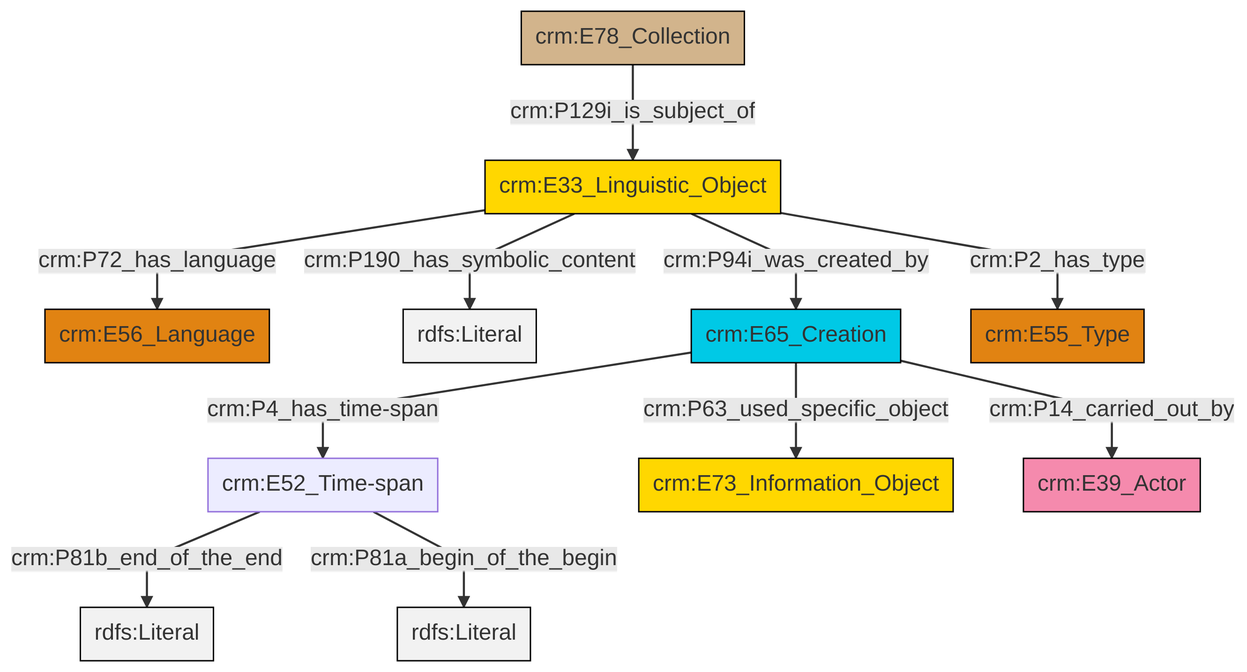
Earlier version of the Mermaid export et/archivalCSV/ttl/mmd/png/archival_desc.png (swiss-art-research-net/docs.swissartresearch). Its source is kept beside it as et/archivalCSV/ttl/mmd/archival_desc.ttl.mmd. Its diagram source:
```mermaid
graph TD
classDef Literal fill:#f2f2f2,stroke:#000000;
classDef CRM_Entity fill:#FFFFFF,stroke:#000000;
classDef Temporal_Entity fill:#00C9E6, stroke:#000000;
classDef Type fill:#E18312, stroke:#000000;
classDef Time-Span fill:#2C9C91, stroke:#000000;
classDef Appellation fill:#FFEB7F, stroke:#000000;
classDef Place fill:#008836, stroke:#000000;
classDef Persistent_Item fill:#B266B2, stroke:#000000;
classDef Conceptual_Object fill:#FFD700, stroke:#000000;
classDef Physical_Thing fill:#D2B48C, stroke:#000000;
classDef Actor fill:#f58aad, stroke:#000000;
classDef PC_Classes fill:#4ce600, stroke:#000000;
classDef Multi fill:#cccccc,stroke:#000000;

0["crm:E33_Linguistic_Object"]:::Conceptual_Object -->|crm:P72_has_language| 1["crm:E56_Language"]:::Type
0["crm:E33_Linguistic_Object"]:::Conceptual_Object -->|crm:P190_has_symbolic_content| 2[rdfs:Literal]:::Literal
3["crm:E65_Creation"]:::Temporal_Entity -->|crm:P4_has_time-span| 4["crm:E52_Time-span"]:::Default
4["crm:E52_Time-span"]:::Default -->|crm:P81b_end_of_the_end| 6[rdfs:Literal]:::Literal
0["crm:E33_Linguistic_Object"]:::Conceptual_Object -->|crm:P2_has_type| 9["crm:E55_Type"]:::Type
3["crm:E65_Creation"]:::Temporal_Entity -->|crm:P63_used_specific_object| 10["crm:E73_Information_Object"]:::Conceptual_Object
4["crm:E52_Time-span"]:::Default -->|crm:P81a_begin_of_the_begin| 11[rdfs:Literal]:::Literal
13["crm:E78_Collection"]:::Physical_Thing -->|crm:P129i_is_subject_of| 0["crm:E33_Linguistic_Object"]:::Conceptual_Object
0["crm:E33_Linguistic_Object"]:::Conceptual_Object -->|crm:P94i_was_created_by| 3["crm:E65_Creation"]:::Temporal_Entity
3["crm:E65_Creation"]:::Temporal_Entity -->|crm:P14_carried_out_by| 16["crm:E39_Actor"]:::Actor
```
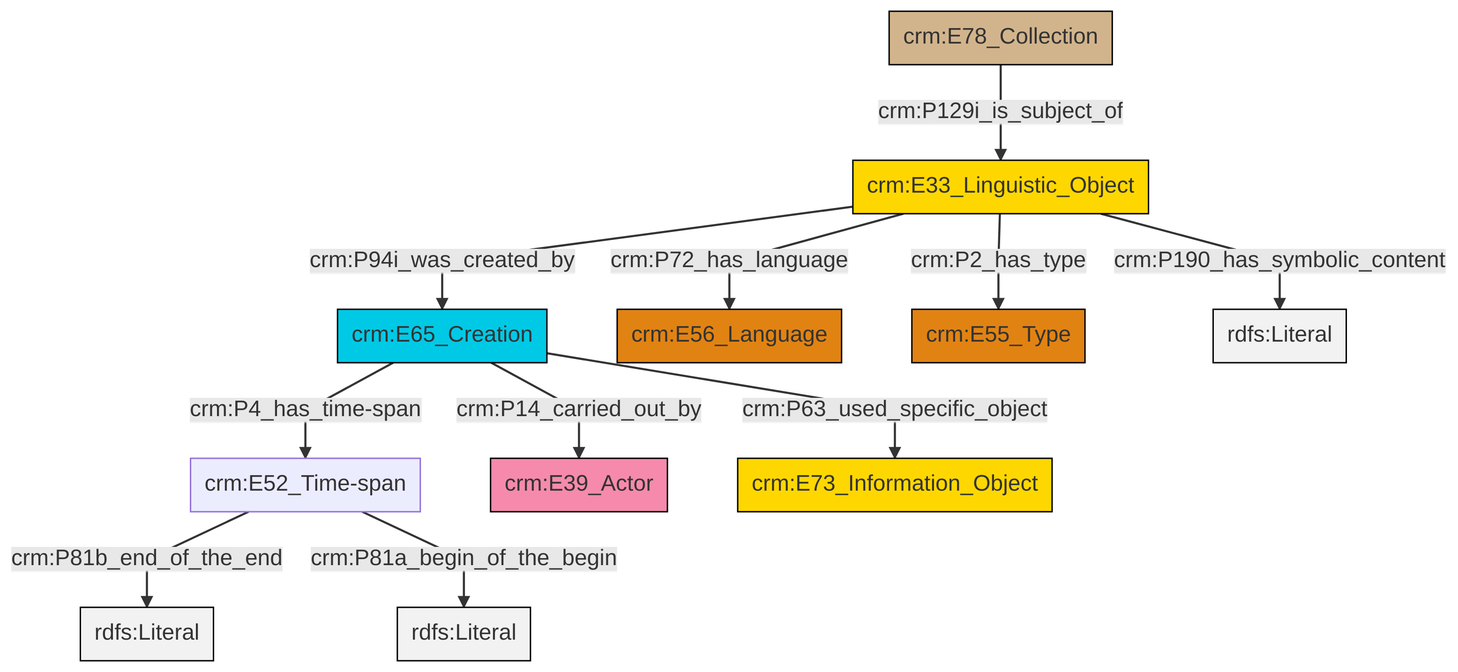
After the commit.

Diff of the diagram source:
```diff
@@ -13,13 +13,13 @@
 classDef PC_Classes fill:#4ce600, stroke:#000000;
 classDef Multi fill:#cccccc,stroke:#000000;
 
-0["crm:E33_Linguistic_Object"]:::Conceptual_Object -->|crm:P72_has_language| 1["crm:E56_Language"]:::Type
-0["crm:E33_Linguistic_Object"]:::Conceptual_Object -->|crm:P190_has_symbolic_content| 2[rdfs:Literal]:::Literal
-3["crm:E65_Creation"]:::Temporal_Entity -->|crm:P4_has_time-span| 4["crm:E52_Time-span"]:::Default
-4["crm:E52_Time-span"]:::Default -->|crm:P81b_end_of_the_end| 6[rdfs:Literal]:::Literal
-0["crm:E33_Linguistic_Object"]:::Conceptual_Object -->|crm:P2_has_type| 9["crm:E55_Type"]:::Type
-3["crm:E65_Creation"]:::Temporal_Entity -->|crm:P63_used_specific_object| 10["crm:E73_Information_Object"]:::Conceptual_Object
-4["crm:E52_Time-span"]:::Default -->|crm:P81a_begin_of_the_begin| 11[rdfs:Literal]:::Literal
-13["crm:E78_Collection"]:::Physical_Thing -->|crm:P129i_is_subject_of| 0["crm:E33_Linguistic_Object"]:::Conceptual_Object
-0["crm:E33_Linguistic_Object"]:::Conceptual_Object -->|crm:P94i_was_created_by| 3["crm:E65_Creation"]:::Temporal_Entity
-3["crm:E65_Creation"]:::Temporal_Entity -->|crm:P14_carried_out_by| 16["crm:E39_Actor"]:::Actor
+0["crm:E65_Creation"]:::Temporal_Entity -->|crm:P4_has_time-span| 1["crm:E52_Time-span"]:::Default
+2["crm:E33_Linguistic_Object"]:::Conceptual_Object -->|crm:P94i_was_created_by| 0["crm:E65_Creation"]:::Temporal_Entity
+2["crm:E33_Linguistic_Object"]:::Conceptual_Object -->|crm:P72_has_language| 3["crm:E56_Language"]:::Type
+0["crm:E65_Creation"]:::Temporal_Entity -->|crm:P14_carried_out_by| 4["crm:E39_Actor"]:::Actor
+1["crm:E52_Time-span"]:::Default -->|crm:P81b_end_of_the_end| 7[rdfs:Literal]:::Literal
+2["crm:E33_Linguistic_Object"]:::Conceptual_Object -->|crm:P2_has_type| 8["crm:E55_Type"]:::Type
+0["crm:E65_Creation"]:::Temporal_Entity -->|crm:P63_used_specific_object| 12["crm:E73_Information_Object"]:::Conceptual_Object
+10["crm:E78_Collection"]:::Physical_Thing -->|crm:P129i_is_subject_of| 2["crm:E33_Linguistic_Object"]:::Conceptual_Object
+1["crm:E52_Time-span"]:::Default -->|crm:P81a_begin_of_the_begin| 13[rdfs:Literal]:::Literal
+2["crm:E33_Linguistic_Object"]:::Conceptual_Object -->|crm:P190_has_symbolic_content| 17[rdfs:Literal]:::Literal
```
